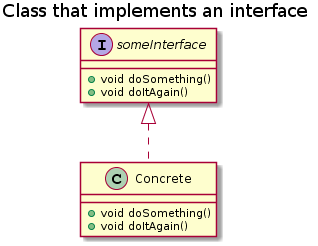
The PlantUML diagram class.png in vtrev/markdown-img, before a commit.
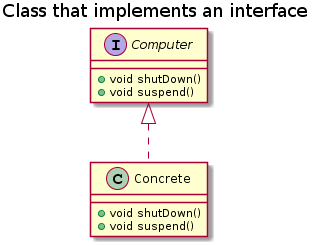
The same diagram one commit later.

What changed in the source:
```diff
@@ -2,13 +2,13 @@
 title Class that implements an interface
 
 
-Interface someInterface {
-  +void doSomething()
-  +void doItAgain()
+Interface Computer {
+  +void shutDown()
+  +void suspend()
 }
 
-class Concrete implements someInterface{
-  +void doSomething()
-  +void doItAgain()
+class Concrete implements Computer{
+  +void shutDown()
+  +void suspend()
   }
 @enduml
```
